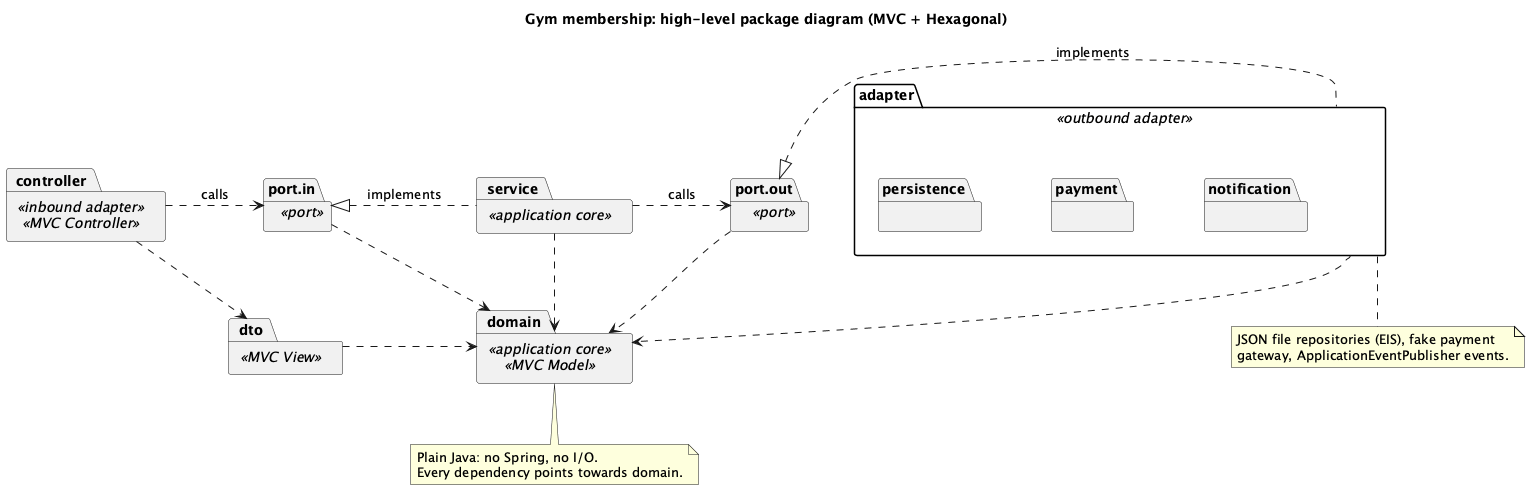
Earlier version of the PlantUML export docs/architecture/package-diagram.png (CS6451-Advanced-Software-Design/Gym-Membership). Source of this version:
```plantuml
@startuml package-diagram
title Gym membership: high-level package diagram (MVC + Hexagonal)
skinparam packageStyle folder
skinparam nodesep 70
skinparam ranksep 60
hide empty members

package "controller" <<inbound adapter>> <<MVC Controller>> as controller {
}
package "dto" <<MVC View>> as dto {
}
package "port.in" as in <<port>> {
}
package "service" <<application core>> as service {
}
package "port.out" as out <<port>> {
}
package "adapter" <<outbound adapter>> as adapter {
  package "persistence" {
  }
  package "payment" {
  }
  package "notification" {
  }
}
package "domain" <<application core>> <<MVC Model>> as domain {
}

controller .right.> in : calls
service .left.|> in : implements
service .right.> out : calls
adapter .left.|> out : implements
controller .down.> dto
service .down.> domain
in .down.> domain
out .down.> domain
adapter .down.> domain
dto .right.> domain

note bottom of domain
  Plain Java: no Spring, no I/O.
  Every dependency points towards domain.
end note
note bottom of adapter
  JSON file repositories (EIS), fake payment
  gateway, ApplicationEventPublisher events.
end note
@enduml
```
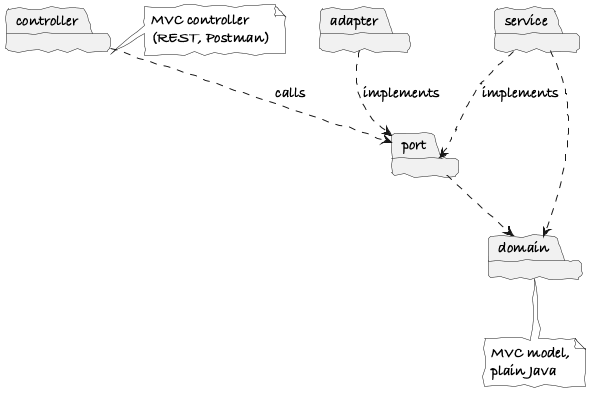
After the commit.

The edit, as a diff of the source:
```diff
@@ -1,48 +1,19 @@
 @startuml package-diagram
-title Gym membership: high-level package diagram (MVC + Hexagonal)
+!include ../style.iuml
 skinparam packageStyle folder
-skinparam nodesep 70
-skinparam ranksep 60
-hide empty members
 
-package "controller" <<inbound adapter>> <<MVC Controller>> as controller {
-}
-package "dto" <<MVC View>> as dto {
-}
-package "port.in" as in <<port>> {
-}
-package "service" <<application core>> as service {
-}
-package "port.out" as out <<port>> {
-}
-package "adapter" <<outbound adapter>> as adapter {
-  package "persistence" {
-  }
-  package "payment" {
-  }
-  package "notification" {
-  }
-}
-package "domain" <<application core>> <<MVC Model>> as domain {
-}
+package controller
+package service
+package port
+package adapter
+package domain
 
-controller .right.> in : calls
-service .left.|> in : implements
-service .right.> out : calls
-adapter .left.|> out : implements
-controller .down.> dto
-service .down.> domain
-in .down.> domain
-out .down.> domain
-adapter .down.> domain
-dto .right.> domain
+controller ..> port : calls
+service ..> port : implements
+adapter ..> port : implements
+service ..> domain
+port ..> domain
 
-note bottom of domain
-  Plain Java: no Spring, no I/O.
-  Every dependency points towards domain.
-end note
-note bottom of adapter
-  JSON file repositories (EIS), fake payment
-  gateway, ApplicationEventPublisher events.
-end note
+note right of controller : MVC controller\n(REST, Postman)
+note bottom of domain : MVC model,\nplain Java
 @enduml
```
